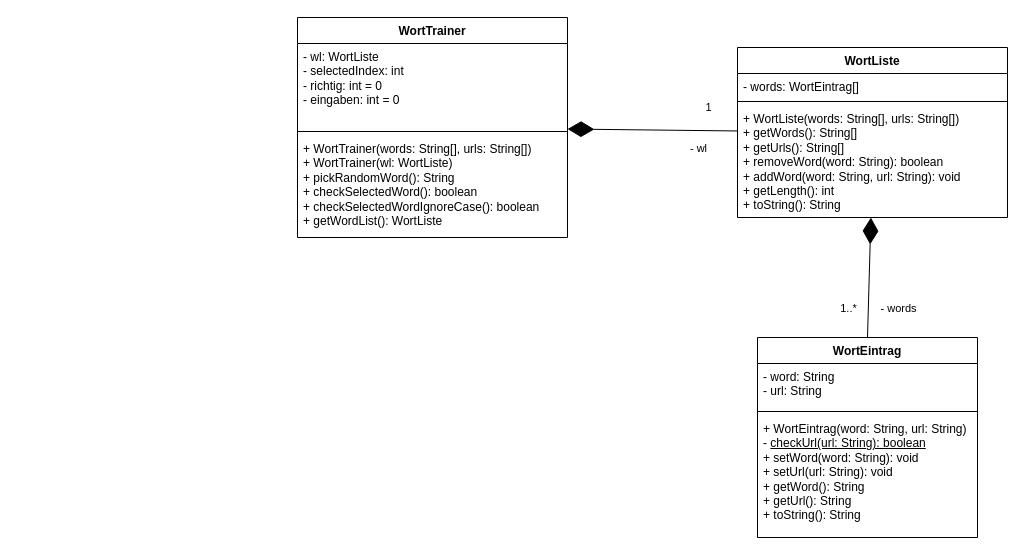
Earlier version of the draw.io diagram doc/worttrainer.drawio (TGM-HIT/sew9-2425-worttrainer-czlabinger). Source tidied: cells renumbered, new cells numbered last; positions are measured from the earlier drawing's top-left corner, leaving out a move shared by most shapes. Both pictures are drawn from the tidied source at 100%, with x=0, y=0 at pixel (297, 17).
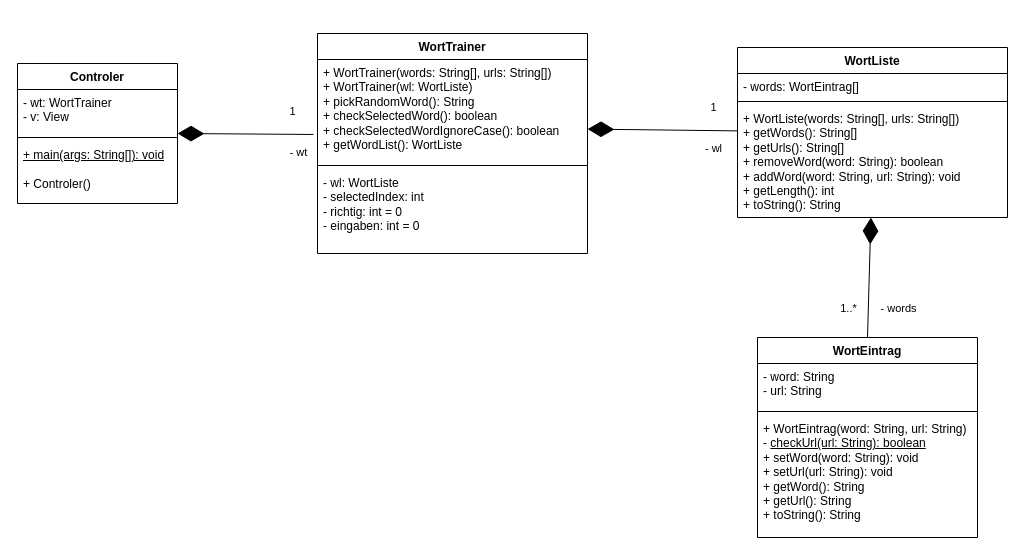
After the change.

Unchanged cells that the change refers to:
```xml
<mxCell id="6" value="&lt;div&gt;WortListe&lt;/div&gt;&lt;div&gt;&lt;br&gt;&lt;/div&gt;" style="swimlane;fontStyle=1;align=center;verticalAlign=top;horizontal=1;startSize=26;whiteSpace=wrap;html=1;" parent="1" vertex="1">
  <mxGeometry x="440" y="30" width="270" height="170" as="geometry" />
</mxCell>
```

Diff of the diagram source:
```diff
@@
     <mxCell id="2" value="&lt;div&gt;WortTrainer&lt;/div&gt;" style="swimlane;fontStyle=1;align=center;verticalAlign=top;horizontal=1;startSize=26;whiteSpace=wrap;html=1;" parent="1" vertex="1">
-      <mxGeometry width="270" height="220" as="geometry" />
+      <mxGeometry x="20" y="16" width="270" height="220" as="geometry" />
     </mxCell>
+    <mxCell id="5" value="&lt;div&gt;+ WortTrainer(words: String[], urls: String[])&lt;/div&gt;&lt;div&gt;+ WortTrainer(wl: WortListe)&lt;/div&gt;&lt;div&gt;+ pickRandomWord(): String&lt;/div&gt;&lt;div&gt;+ checkSelectedWord(): boolean&lt;/div&gt;&lt;div&gt;+ checkSelectedWordIgnoreCase(): boolean&lt;/div&gt;&lt;div&gt;+ getWordList(): WortListe&lt;/div&gt;" style="text;strokeColor=none;fillColor=none;align=left;verticalAlign=top;spacingLeft=4;spacingRight=4;overflow=hidden;points=[[0,0.5],[1,0.5]];portConstraint=eastwest;whiteSpace=wrap;html=1;" parent="2" vertex="1">
+      <mxGeometry y="26" width="270" height="102" as="geometry" />
+    </mxCell>
+    <mxCell id="4" style="line;strokeWidth=1;fillColor=none;align=left;verticalAlign=middle;spacingTop=-1;spacingLeft=3;spacingRight=3;labelPosition=right;strokeColor=inherit;" parent="2" vertex="1">
+      <mxGeometry y="128" width="270" height="8" as="geometry" />
+    </mxCell>
     <mxCell id="3" value="&lt;div&gt;- wl: WortListe&lt;/div&gt;&lt;div&gt;- selectedIndex: int&lt;/div&gt;&lt;div&gt;- richtig: int = 0&lt;/div&gt;&lt;div&gt;- eingaben: int = 0&lt;/div&gt;" style="text;strokeColor=none;fillColor=none;align=left;verticalAlign=top;spacingLeft=4;spacingRight=4;overflow=hidden;whiteSpace=wrap;html=1;" parent="2" vertex="1">
-      <mxGeometry y="26" width="270" height="84" as="geometry" />
+      <mxGeometry y="136" width="270" height="84" as="geometry" />
     </mxCell>
-    <mxCell id="4" style="line;strokeWidth=1;fillColor=none;align=left;verticalAlign=middle;spacingTop=-1;spacingLeft=3;spacingRight=3;labelPosition=right;strokeColor=inherit;" parent="2" vertex="1">
-      <mxGeometry y="110" width="270" height="8" as="geometry" />
-    </mxCell>
-    <mxCell id="5" value="&lt;div&gt;+ WortTrainer(words: String[], urls: String[])&lt;/div&gt;&lt;div&gt;+ WortTrainer(wl: WortListe)&lt;/div&gt;&lt;div&gt;+ pickRandomWord(): String&lt;/div&gt;&lt;div&gt;+ checkSelectedWord(): boolean&lt;/div&gt;&lt;div&gt;+ checkSelectedWordIgnoreCase(): boolean&lt;/div&gt;&lt;div&gt;+ getWordList(): WortListe&lt;/div&gt;" style="text;strokeColor=none;fillColor=none;align=left;verticalAlign=top;spacingLeft=4;spacingRight=4;overflow=hidden;points=[[0,0.5],[1,0.5]];portConstraint=eastwest;whiteSpace=wrap;html=1;" parent="2" vertex="1">
-      <mxGeometry y="118" width="270" height="102" as="geometry" />
-    </mxCell>
@@
-    <mxCell id="17" style="endArrow=diamondThin;endFill=1;endSize=24;html=1;rounded=0;" parent="1" edge="1" source="6" target="2">
-      <mxGeometry relative="1" as="geometry" />
+    <mxCell id="17" style="endArrow=diamondThin;endFill=1;endSize=24;html=1;rounded=0;" parent="1" edge="1" source="6">
+      <mxGeometry relative="1" as="geometry">
+        <mxPoint x="290" y="111.6" as="targetPoint" />
+      </mxGeometry>
     </mxCell>
@@
+    <mxCell id="20" value="Controler" style="swimlane;fontStyle=1;align=center;verticalAlign=top;horizontal=1;startSize=26;whiteSpace=wrap;html=1;" parent="1" vertex="1">
+      <mxGeometry x="-280" y="46" width="160" height="140" as="geometry" />
+    </mxCell>
+    <mxCell id="21" value="&lt;div&gt;- wt: WortTrainer&lt;/div&gt;&lt;div&gt;- v: View&lt;br&gt;&lt;/div&gt;" style="text;strokeColor=none;fillColor=none;align=left;verticalAlign=top;spacingLeft=4;spacingRight=4;overflow=hidden;whiteSpace=wrap;html=1;" parent="20" vertex="1">
+      <mxGeometry y="26" width="160" height="44" as="geometry" />
+    </mxCell>
+    <mxCell id="22" style="line;strokeWidth=1;fillColor=none;align=left;verticalAlign=middle;spacingTop=-1;spacingLeft=3;spacingRight=3;labelPosition=right;strokeColor=inherit;" parent="20" vertex="1">
+      <mxGeometry y="70" width="160" height="8" as="geometry" />
+    </mxCell>
+    <mxCell id="23" value="&lt;div&gt;&lt;u&gt;+ main(args: String[]): void&lt;/u&gt;&lt;/div&gt;&lt;div&gt;&lt;u&gt;&lt;br&gt;&lt;/u&gt;&lt;/div&gt;+ Controler()" style="text;strokeColor=none;fillColor=none;align=left;verticalAlign=top;spacingLeft=4;spacingRight=4;overflow=hidden;whiteSpace=wrap;html=1;" parent="20" vertex="1">
+      <mxGeometry y="78" width="160" height="62" as="geometry" />
+    </mxCell>
+    <mxCell id="24" style="endArrow=diamondThin;endFill=1;endSize=24;html=1;rounded=0;exitX=-0.015;exitY=0.735;exitDx=0;exitDy=0;exitPerimeter=0;" parent="1" edge="1" source="5">
+      <mxGeometry relative="1" as="geometry">
+        <mxPoint x="-120" y="116" as="targetPoint" />
+      </mxGeometry>
+    </mxCell>
+    <mxCell id="25" value="&lt;div&gt;- wt&lt;/div&gt;" style="edgeLabel;html=1;align=center;verticalAlign=middle;" parent="24" vertex="1">
+      <mxGeometry x="0.48" y="-2" relative="1" as="geometry">
+        <mxPoint x="86" y="20" as="offset" />
+      </mxGeometry>
+    </mxCell>
+    <mxCell id="26" value="1" style="edgeLabel;html=1;align=center;verticalAlign=middle;" parent="24" vertex="1">
+      <mxGeometry x="-0.47" y="-2" relative="1" as="geometry">
+        <mxPoint x="15" y="-21" as="offset" />
+      </mxGeometry>
+    </mxCell>
```
